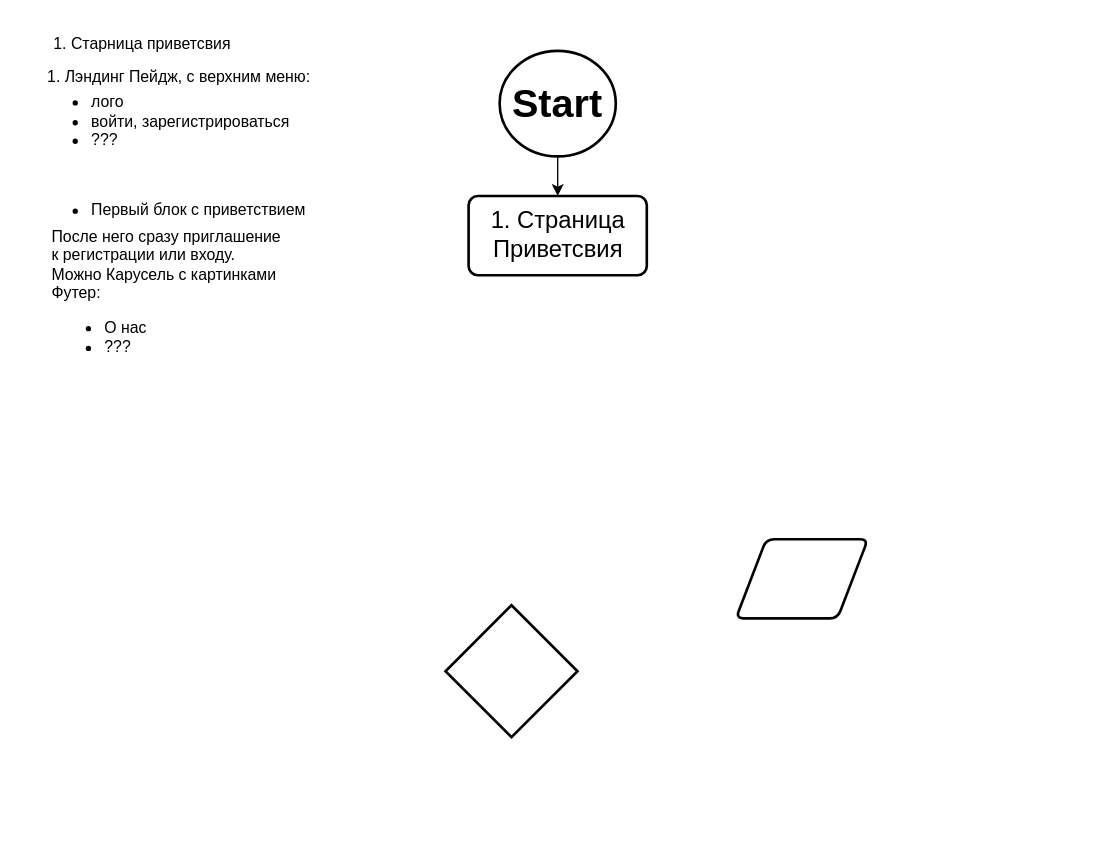
Earlier version of the draw.io diagram lila_game.drawio (tocheniy/llg_diogram). Source tidied: cells renumbered, new cells numbered last; positions are measured from the earlier drawing's top-left corner, leaving out a move shared by most shapes. Both pictures are drawn from the tidied source at 132%, with x=0, y=0 at pixel (36, 24).
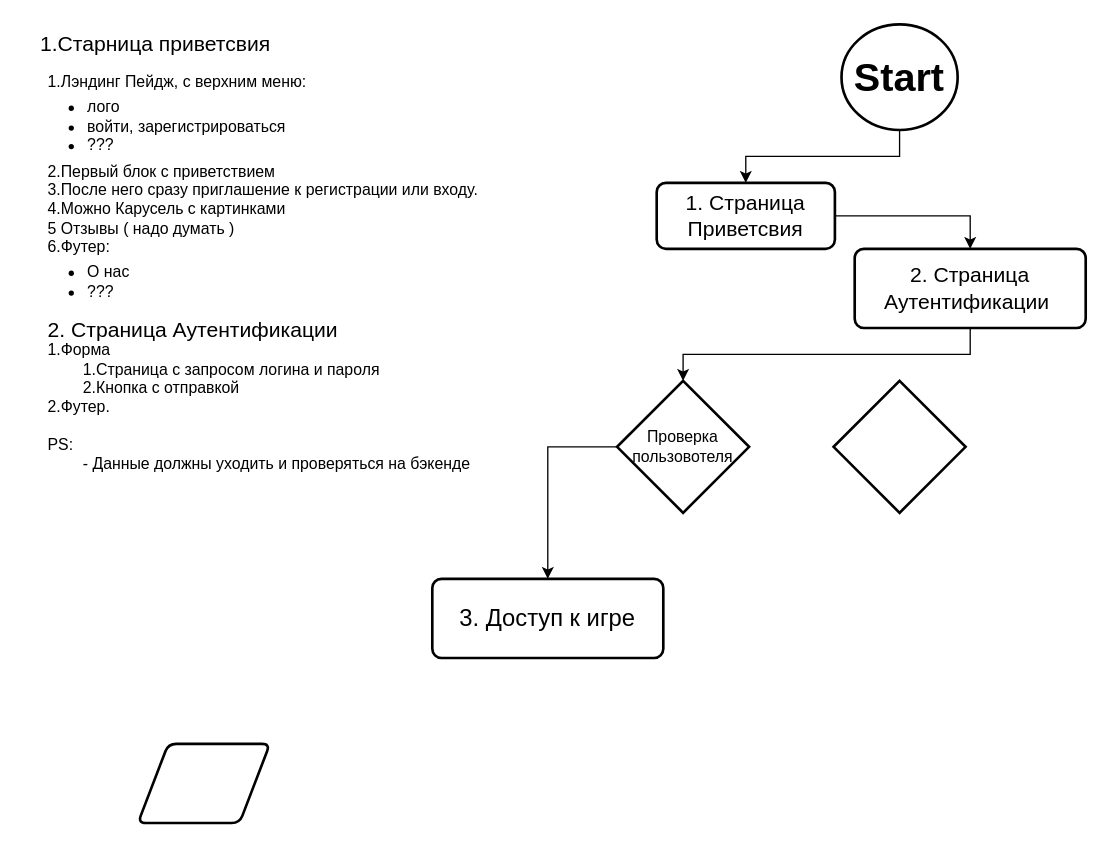
The same page after the edit.

Change to the diagram source:
```diff
@@
 <mxGraphModel>
   <root>
     <mxCell id="0" />
     <mxCell id="1" parent="0" />
+    <mxCell id="9" style="edgeStyle=orthogonalEdgeStyle;rounded=0;jettySize=auto;html=1;exitX=0;exitY=0.5;exitDx=0;exitDy=0;exitPerimeter=0;" parent="1" edge="1" source="2" target="16">
+      <mxGeometry relative="1" as="geometry" />
+    </mxCell>
-    <mxCell id="2" style="strokeWidth=2;html=1;shape=mxgraph.flowchart.decision;whiteSpace=wrap;" parent="1" vertex="1">
-      <mxGeometry x="310" y="440" width="100" height="100" as="geometry" />
+    <mxCell id="2" value="Проверка пользовотеля" style="strokeWidth=2;html=1;shape=mxgraph.flowchart.decision;whiteSpace=wrap;" parent="1" vertex="1">
+      <mxGeometry x="440" y="270" width="100" height="100" as="geometry" />
     </mxCell>
     <mxCell id="3" style="shape=parallelogram;html=1;strokeWidth=2;perimeter=parallelogramPerimeter;whiteSpace=wrap;rounded=1;arcSize=12;size=0.23;" parent="1" vertex="1">
-      <mxGeometry x="530" y="390" width="100" height="60" as="geometry" />
+      <mxGeometry x="77" y="545" width="100" height="60" as="geometry" />
     </mxCell>
+    <mxCell id="10" style="edgeStyle=orthogonalEdgeStyle;rounded=0;jettySize=auto;html=1;entryX=0.5;entryY=0;entryDx=0;entryDy=0;" parent="1" edge="1" source="4" target="11">
+      <mxGeometry relative="1" as="geometry" />
+    </mxCell>
-    <mxCell id="4" value="&lt;font style=&quot;font-size: 18px;&quot;&gt;1. Страница Приветсвия&lt;/font&gt;" style="rounded=1;whiteSpace=wrap;html=1;absoluteArcSize=1;arcSize=14;strokeWidth=2;" parent="1" vertex="1">
-      <mxGeometry x="327.5" y="130" width="135" height="60" as="geometry" />
+    <mxCell id="4" value="&lt;font style=&quot;font-size: 16px;&quot;&gt;1. Страница Приветсвия&lt;/font&gt;" style="rounded=1;whiteSpace=wrap;html=1;absoluteArcSize=1;arcSize=14;strokeWidth=2;" parent="1" vertex="1">
+      <mxGeometry x="470" y="120" width="135" height="50" as="geometry" />
     </mxCell>
     <mxCell id="5" style="edgeStyle=orthogonalEdgeStyle;rounded=0;jettySize=auto;html=1;exitX=0.5;exitY=1;exitDx=0;exitDy=0;exitPerimeter=0;entryX=0.5;entryY=0;entryDx=0;entryDy=0;" parent="1" edge="1" source="6" target="4">
       <mxGeometry relative="1" as="geometry" />
     </mxCell>
     <mxCell id="6" value="&lt;font style=&quot;font-size: 30px;&quot;&gt;&lt;b&gt;Start&lt;/b&gt;&lt;/font&gt;" style="strokeWidth=2;html=1;shape=mxgraph.flowchart.start_2;whiteSpace=wrap;" parent="1" vertex="1">
-      <mxGeometry x="351" y="20" width="88" height="80" as="geometry" />
+      <mxGeometry x="610" width="88" height="80" as="geometry" />
     </mxCell>
-    <mxCell id="7" value="1. Старница приветсвия" style="text;html=1;align=center;verticalAlign=middle;strokeColor=none;fillColor=none;" parent="1" vertex="1">
-      <mxGeometry width="160" height="30" as="geometry" />
+    <mxCell id="7" value="1.Старница приветсвия" style="text;html=1;align=center;verticalAlign=middle;strokeColor=none;fillColor=none;fontSize=16;" parent="1" vertex="1">
+      <mxGeometry x="-10" width="200" height="30" as="geometry" />
     </mxCell>
-    <mxCell id="8" value="&lt;ol style=&quot;padding-left: 10px; margin-bottom: 5px; margin-top: 5px;&quot;&gt;&lt;li&gt;Лэндинг Пейдж, с&amp;nbsp;&lt;span style=&quot;background-color: initial;&quot;&gt;верхним меню:&lt;/span&gt;&lt;/li&gt;&lt;/ol&gt;&lt;div&gt;&lt;div&gt;&lt;ul style=&quot;padding-left: 30px; margin-top: 5px; padding-bottom: 0px; margin-bottom: 5px;&quot;&gt;&lt;li&gt;&lt;span style=&quot;background-color: initial;&quot;&gt;лого&lt;/span&gt;&lt;/li&gt;&lt;li&gt;войти, зарегистрироваться&lt;/li&gt;&lt;li&gt;???&lt;/li&gt;&lt;/ul&gt;&lt;div&gt;&lt;br&gt;&lt;/div&gt;&lt;/div&gt;&lt;div&gt;&lt;br&gt;&lt;/div&gt;&lt;div&gt;&lt;ul style=&quot;padding-left: 30px; margin-top: 5px; padding-bottom: 0px; margin-bottom: 5px;&quot;&gt;&lt;li&gt;Первый блок с приветствием&lt;/li&gt;&lt;/ul&gt;&lt;/div&gt;&lt;div&gt;После него сразу приглашение&amp;nbsp;&lt;/div&gt;&lt;div&gt;к регистрации или входу.&lt;/div&gt;&lt;div&gt;Можно Карусель с картинками&lt;/div&gt;&lt;div&gt;Футер:&lt;/div&gt;&lt;div&gt;&lt;ul&gt;&lt;li&gt;О нас&lt;/li&gt;&lt;li&gt;???&lt;/li&gt;&lt;/ul&gt;&lt;div&gt;&lt;br&gt;&lt;/div&gt;&lt;div&gt;&lt;br&gt;&lt;/div&gt;&lt;/div&gt;&lt;/div&gt;" style="text;html=1;align=left;verticalAlign=middle;strokeColor=none;fillColor=none;" parent="1" vertex="1">
-      <mxGeometry x="10" y="20" width="220" height="280" as="geometry" />
+    <mxCell id="8" value="&lt;span style=&quot;background-color: initial;&quot;&gt;1.Лэндинг Пейдж, с&amp;nbsp;&lt;/span&gt;&lt;span style=&quot;background-color: initial;&quot;&gt;верхним меню:&lt;/span&gt;&lt;br&gt;&lt;div&gt;&lt;div&gt;&lt;ul style=&quot;padding-left: 30px; margin-top: 5px; padding-bottom: 0px; margin-bottom: 5px;&quot;&gt;&lt;li&gt;&lt;span style=&quot;background-color: initial;&quot;&gt;лого&lt;/span&gt;&lt;/li&gt;&lt;li&gt;войти, зарегистрироваться&lt;/li&gt;&lt;li&gt;???&lt;/li&gt;&lt;/ul&gt;&lt;/div&gt;&lt;div&gt;&lt;span style=&quot;background-color: initial;&quot;&gt;2.Первый блок с приветствием&lt;/span&gt;&lt;br&gt;&lt;/div&gt;&lt;div&gt;3.После него сразу приглашение&amp;nbsp;&lt;span style=&quot;background-color: initial;&quot;&gt;к регистрации&amp;nbsp;&lt;/span&gt;&lt;span style=&quot;background-color: initial;&quot;&gt;или входу.&lt;/span&gt;&lt;/div&gt;&lt;div&gt;4.Можно Карусель с картинками&lt;/div&gt;&lt;div&gt;5 Отзывы ( надо думать )&lt;/div&gt;&lt;div&gt;6.Футер:&lt;/div&gt;&lt;div&gt;&lt;ul style=&quot;margin-top: 5px; margin-bottom: 5px; padding-left: 30px;&quot;&gt;&lt;li&gt;О нас&lt;/li&gt;&lt;li&gt;???&lt;/li&gt;&lt;/ul&gt;&lt;div&gt;&lt;br&gt;&lt;/div&gt;&lt;div&gt;&lt;br&gt;&lt;/div&gt;&lt;/div&gt;&lt;/div&gt;" style="text;html=1;align=left;verticalAlign=middle;strokeColor=none;fillColor=none;" parent="1" vertex="1">
+      <mxGeometry x="7" y="30" width="350" height="220" as="geometry" />
     </mxCell>
+    <mxCell id="11" value="&lt;font style=&quot;font-size: 16px;&quot;&gt;2. Страница Аутентификации&amp;nbsp;&lt;/font&gt;" style="rounded=1;whiteSpace=wrap;html=1;absoluteArcSize=1;arcSize=14;strokeWidth=2;" parent="1" vertex="1">
+      <mxGeometry x="620" y="170" width="175" height="60" as="geometry" />
+    </mxCell>
+    <mxCell id="12" value="2. Страница Аутентификации" style="text;align=left;verticalAlign=middle;strokeColor=none;fillColor=none;fontSize=16;" parent="1" vertex="1">
+      <mxGeometry x="7" y="215" width="240" height="30" as="geometry" />
+    </mxCell>
+    <mxCell id="13" value="&lt;div&gt;&lt;br&gt;&lt;/div&gt;&lt;div&gt;1.Форма&lt;/div&gt;&lt;span style=&quot;white-space: pre;&quot;&gt;&#9;&lt;/span&gt;1.Страница с запросом логина и пароля&lt;div&gt;&lt;span style=&quot;white-space: pre;&quot;&gt;&#9;&lt;/span&gt;2.Кнопка с отправкой&lt;/div&gt;&lt;div&gt;2.Футер.&lt;/div&gt;&lt;div&gt;&lt;br&gt;&lt;/div&gt;&lt;div&gt;PS:&lt;br&gt;&lt;div&gt;&lt;span style=&quot;white-space: pre;&quot;&gt;&#9;&lt;/span&gt;- Данные должны уходить и проверяться на бэкенде&lt;/div&gt;&lt;div&gt;&lt;br&gt;&lt;/div&gt;&lt;/div&gt;" style="text;html=1;align=left;verticalAlign=middle;strokeColor=none;fillColor=none;" parent="1" vertex="1">
+      <mxGeometry x="7" y="220" width="340" height="140" as="geometry" />
+    </mxCell>
+    <mxCell id="14" style="edgeStyle=orthogonalEdgeStyle;rounded=0;jettySize=auto;html=1;exitX=0.5;exitY=1;exitDx=0;exitDy=0;entryX=0.5;entryY=0;entryDx=0;entryDy=0;entryPerimeter=0;" parent="1" edge="1" source="11" target="2">
+      <mxGeometry relative="1" as="geometry" />
+    </mxCell>
+    <mxCell id="15" style="strokeWidth=2;html=1;shape=mxgraph.flowchart.decision;whiteSpace=wrap;" parent="1" vertex="1">
+      <mxGeometry x="604" y="270" width="100" height="100" as="geometry" />
+    </mxCell>
+    <mxCell id="16" value="&lt;span style=&quot;font-size: 18px;&quot;&gt;3. Доступ к игре&lt;/span&gt;" style="rounded=1;whiteSpace=wrap;html=1;absoluteArcSize=1;arcSize=14;strokeWidth=2;" parent="1" vertex="1">
+      <mxGeometry x="300" y="420" width="175" height="60" as="geometry" />
+    </mxCell>
   </root>
 </mxGraphModel>
```
